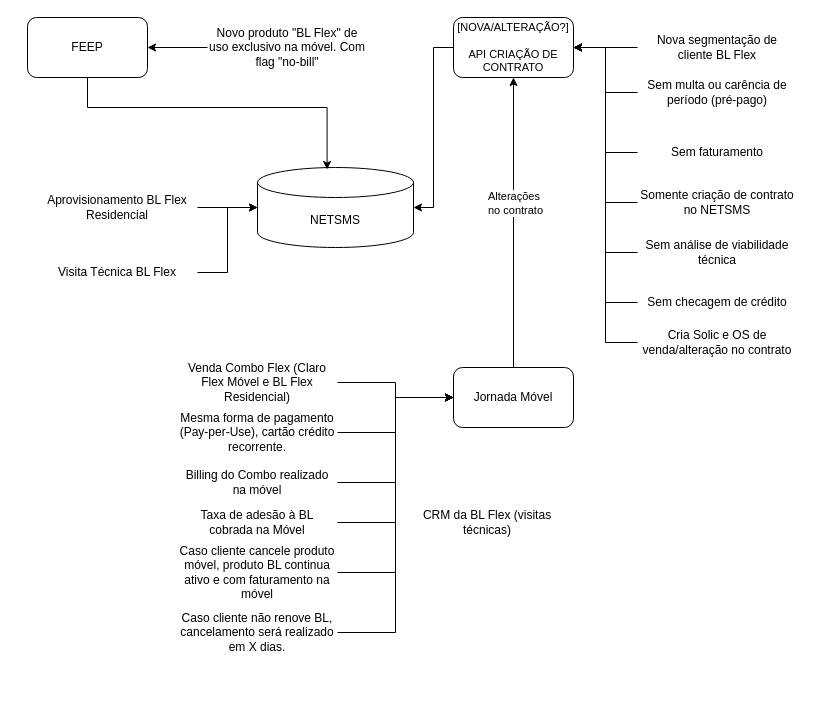
This is Banda Larga Flex na Móvel- Pré-Pago.drawio from samirali/ClaroBrasil, a draw.io file, before an edit. Source tidied: cells renumbered, new cells numbered last; positions are measured from the earlier drawing's top-left corner, leaving out a move shared by most shapes. Both pictures are drawn from the tidied source at 100%, with x=0, y=0 at pixel (27, 17).
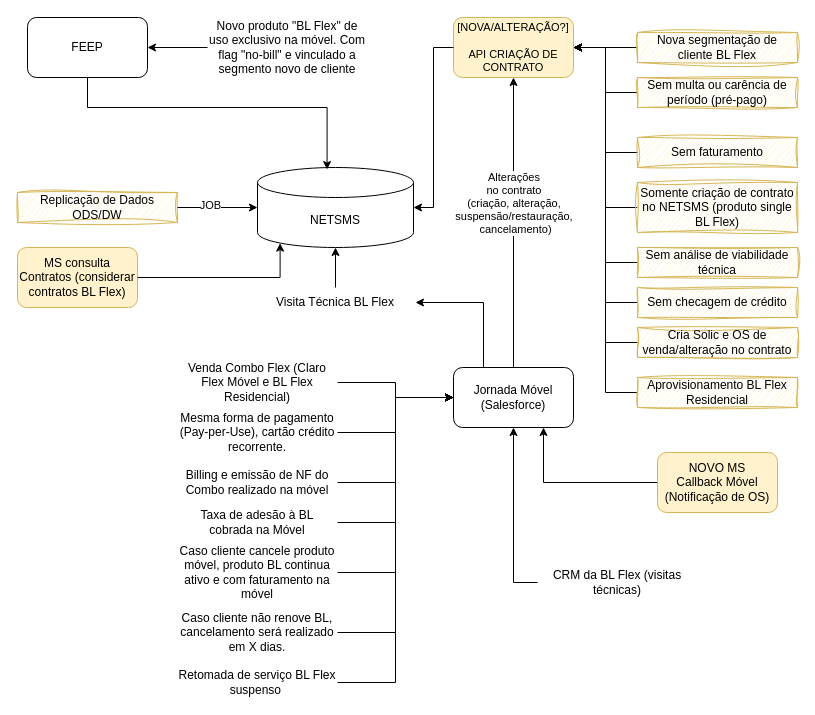
After the change.

Unchanged cells that the change refers to:
```xml
<mxCell id="5" value="NETSMS" style="shape=cylinder3;whiteSpace=wrap;html=1;boundedLbl=1;backgroundOutline=1;size=15;" parent="1" vertex="1">
  <mxGeometry x="230" y="150" width="156" height="80" as="geometry" />
</mxCell>
<mxCell id="21" style="edgeStyle=orthogonalEdgeStyle;rounded=0;jettySize=auto;html=1;entryX=0.5;entryY=1;entryDx=0;entryDy=0;" parent="1" edge="1" source="23" target="7">
  <mxGeometry relative="1" as="geometry" />
</mxCell>
```

Change to the diagram source:
```diff
@@
-    <mxCell id="4" value="Novo produto &quot;BL Flex&quot; de uso exclusivo na móvel. Com flag &quot;no-bill&quot;" style="text;html=1;align=center;verticalAlign=middle;whiteSpace=wrap;rounded=0;" parent="1" vertex="1">
+    <mxCell id="4" value="Novo produto &quot;BL Flex&quot; de uso exclusivo na móvel. Com flag &quot;no-bill&quot; e vinculado a segmento novo de cliente" style="text;html=1;align=center;verticalAlign=middle;whiteSpace=wrap;rounded=0;" parent="1" vertex="1">
       <mxGeometry x="180" y="15" width="160" height="30" as="geometry" />
     </mxCell>
@@
-    <mxCell id="7" value="[NOVA/ALTERAÇÃO?]&lt;div&gt;&lt;br&gt;&lt;/div&gt;&lt;div&gt;API CRIAÇÃO DE CONTRATO&lt;/div&gt;" style="rounded=1;whiteSpace=wrap;html=1;fontSize=11;" parent="1" vertex="1">
+    <mxCell id="7" value="[NOVA/ALTERAÇÃO?]&lt;div&gt;&lt;br&gt;&lt;/div&gt;&lt;div&gt;API CRIAÇÃO DE CONTRATO&lt;/div&gt;" style="rounded=1;whiteSpace=wrap;html=1;fontSize=11;fillColor=#fff2cc;strokeColor=#d6b656;" parent="1" vertex="1">
       <mxGeometry x="426" width="120" height="60" as="geometry" />
     </mxCell>
@@
-    <mxCell id="9" value="Nova segmentação de cliente BL Flex" style="text;html=1;align=center;verticalAlign=middle;whiteSpace=wrap;rounded=0;" parent="1" vertex="1">
+    <mxCell id="9" value="Nova segmentação de cliente BL Flex" style="text;html=1;align=center;verticalAlign=middle;whiteSpace=wrap;rounded=0;strokeColor=#d6b656;fillColor=#fff2cc;sketch=1;curveFitting=1;jiggle=2;" parent="1" vertex="1">
       <mxGeometry x="610" y="15" width="160" height="30" as="geometry" />
     </mxCell>
@@
-    <mxCell id="11" value="Sem multa ou carência de período (pré-pago)" style="text;html=1;align=center;verticalAlign=middle;whiteSpace=wrap;rounded=0;" parent="1" vertex="1">
+    <mxCell id="11" value="Sem multa ou carência de período (pré-pago)" style="text;html=1;align=center;verticalAlign=middle;whiteSpace=wrap;rounded=0;fillColor=#fff2cc;strokeColor=#d6b656;sketch=1;curveFitting=1;jiggle=2;" parent="1" vertex="1">
       <mxGeometry x="610" y="60" width="160" height="30" as="geometry" />
     </mxCell>
@@
-    <mxCell id="13" value="Sem faturamento" style="text;html=1;align=center;verticalAlign=middle;whiteSpace=wrap;rounded=0;" parent="1" vertex="1">
+    <mxCell id="13" value="Sem faturamento" style="text;html=1;align=center;verticalAlign=middle;whiteSpace=wrap;rounded=0;fillColor=#fff2cc;strokeColor=#d6b656;sketch=1;curveFitting=1;jiggle=2;" parent="1" vertex="1">
       <mxGeometry x="610" y="120" width="160" height="30" as="geometry" />
     </mxCell>
@@
-    <mxCell id="15" value="Somente criação de contrato no NETSMS" style="text;html=1;align=center;verticalAlign=middle;whiteSpace=wrap;rounded=0;" parent="1" vertex="1">
-      <mxGeometry x="610" y="170" width="160" height="30" as="geometry" />
+    <mxCell id="15" value="Somente criação de contrato no NETSMS (produto single BL Flex)" style="text;html=1;align=center;verticalAlign=middle;whiteSpace=wrap;rounded=0;fillColor=#fff2cc;strokeColor=#d6b656;sketch=1;curveFitting=1;jiggle=2;" parent="1" vertex="1">
+      <mxGeometry x="610" y="165" width="160" height="50" as="geometry" />
     </mxCell>
@@
-    <mxCell id="17" value="Sem análise de viabilidade técnica" style="text;html=1;align=center;verticalAlign=middle;whiteSpace=wrap;rounded=0;" parent="1" vertex="1">
-      <mxGeometry x="610" y="220" width="160" height="30" as="geometry" />
+    <mxCell id="17" value="Sem análise de viabilidade técnica" style="text;html=1;align=center;verticalAlign=middle;whiteSpace=wrap;rounded=0;fillColor=#fff2cc;strokeColor=#d6b656;sketch=1;curveFitting=1;jiggle=2;" parent="1" vertex="1">
+      <mxGeometry x="610" y="230" width="160" height="30" as="geometry" />
     </mxCell>
@@
-    <mxCell id="19" value="Sem checagem de crédito" style="text;html=1;align=center;verticalAlign=middle;whiteSpace=wrap;rounded=0;" parent="1" vertex="1">
+    <mxCell id="19" value="Sem checagem de crédito" style="text;html=1;align=center;verticalAlign=middle;whiteSpace=wrap;rounded=0;fillColor=#fff2cc;strokeColor=#d6b656;sketch=1;curveFitting=1;jiggle=2;" parent="1" vertex="1">
       <mxGeometry x="610" y="270" width="160" height="30" as="geometry" />
     </mxCell>
@@
-    <mxCell id="22" value="Alterações&amp;nbsp;&lt;div&gt;no contrato&lt;/div&gt;" style="edgeLabel;html=1;align=center;verticalAlign=middle;" parent="21" vertex="1">
+    <mxCell id="22" value="Alterações&amp;nbsp;&lt;div&gt;no contrato&amp;nbsp;&lt;/div&gt;&lt;div&gt;(criação,&amp;nbsp;&lt;span style=&quot;background-color: light-dark(#ffffff, var(--ge-dark-color, #121212)); color: light-dark(rgb(0, 0, 0), rgb(255, 255, 255));&quot;&gt;alteração,&amp;nbsp;&lt;/span&gt;&lt;/div&gt;&lt;div&gt;&lt;span style=&quot;background-color: light-dark(#ffffff, var(--ge-dark-color, #121212)); color: light-dark(rgb(0, 0, 0), rgb(255, 255, 255));&quot;&gt;suspensão/restauração,&amp;nbsp;&lt;/span&gt;&lt;/div&gt;&lt;div&gt;cancelamento)&lt;/div&gt;" style="edgeLabel;html=1;align=center;verticalAlign=middle;" parent="21" vertex="1">
       <mxGeometry x="0.14" y="-1" relative="1" as="geometry" />
     </mxCell>
+    <mxCell id="43" style="edgeStyle=orthogonalEdgeStyle;rounded=0;jettySize=auto;html=1;entryX=1;entryY=0.5;entryDx=0;entryDy=0;exitX=0.25;exitY=0;exitDx=0;exitDy=0;" parent="1" edge="1" source="23" target="31">
+      <mxGeometry relative="1" as="geometry" />
+    </mxCell>
-    <mxCell id="23" value="Jornada Móvel" style="rounded=1;whiteSpace=wrap;html=1;" parent="1" vertex="1">
+    <mxCell id="23" value="Jornada Móvel (Salesforce)" style="rounded=1;whiteSpace=wrap;html=1;" parent="1" vertex="1">
       <mxGeometry x="426" y="350" width="120" height="60" as="geometry" />
     </mxCell>
@@
-    <mxCell id="29" value="Cria Solic e OS de venda/alteração no contrato" style="text;html=1;align=center;verticalAlign=middle;whiteSpace=wrap;rounded=0;" parent="1" vertex="1">
+    <mxCell id="29" value="Cria Solic e OS de venda/alteração no contrato" style="text;html=1;align=center;verticalAlign=middle;whiteSpace=wrap;rounded=0;fillColor=#fff2cc;strokeColor=#d6b656;sketch=1;curveFitting=1;jiggle=2;" parent="1" vertex="1">
       <mxGeometry x="610" y="310" width="160" height="30" as="geometry" />
     </mxCell>
+    <mxCell id="44" style="edgeStyle=orthogonalEdgeStyle;rounded=0;jettySize=auto;html=1;entryX=1;entryY=0.5;entryDx=0;entryDy=0;" parent="1" edge="1" source="30" target="7">
+      <mxGeometry relative="1" as="geometry" />
+    </mxCell>
-    <mxCell id="30" value="Aprovisionamento BL Flex Residencial" style="text;html=1;align=center;verticalAlign=middle;whiteSpace=wrap;rounded=0;" parent="1" vertex="1">
-      <mxGeometry x="10" y="175" width="160" height="30" as="geometry" />
+    <mxCell id="30" value="Aprovisionamento BL Flex Residencial" style="text;html=1;align=center;verticalAlign=middle;whiteSpace=wrap;rounded=0;fillColor=#fff2cc;strokeColor=#d6b656;sketch=1;curveFitting=1;jiggle=2;" parent="1" vertex="1">
+      <mxGeometry x="610" y="360" width="160" height="30" as="geometry" />
     </mxCell>
     <mxCell id="31" value="Visita Técnica BL Flex" style="text;html=1;align=center;verticalAlign=middle;whiteSpace=wrap;rounded=0;" parent="1" vertex="1">
-      <mxGeometry x="10" y="240" width="160" height="30" as="geometry" />
+      <mxGeometry x="228" y="270" width="160" height="30" as="geometry" />
     </mxCell>
-    <mxCell id="32" style="edgeStyle=orthogonalEdgeStyle;rounded=0;jettySize=auto;html=1;entryX=0;entryY=0.5;entryDx=0;entryDy=0;entryPerimeter=0;" parent="1" edge="1" source="30" target="5">
-      <mxGeometry relative="1" as="geometry" />
-    </mxCell>
-    <mxCell id="33" style="edgeStyle=orthogonalEdgeStyle;rounded=0;jettySize=auto;html=1;entryX=0;entryY=0.5;entryDx=0;entryDy=0;entryPerimeter=0;" parent="1" edge="1" source="31" target="5">
-      <mxGeometry relative="1" as="geometry" />
-    </mxCell>
@@
-    <mxCell id="35" value="Billing do Combo realizado na móvel" style="text;html=1;align=center;verticalAlign=middle;whiteSpace=wrap;rounded=0;" parent="1" vertex="1">
+    <mxCell id="35" value="Billing e emissão de NF do Combo realizado na móvel" style="text;html=1;align=center;verticalAlign=middle;whiteSpace=wrap;rounded=0;" parent="1" vertex="1">
       <mxGeometry x="150" y="450" width="160" height="30" as="geometry" />
     </mxCell>
@@
+    <mxCell id="45" style="edgeStyle=orthogonalEdgeStyle;rounded=0;jettySize=auto;html=1;entryX=0.5;entryY=1;entryDx=0;entryDy=0;exitX=0;exitY=0.5;exitDx=0;exitDy=0;" parent="1" edge="1" source="40" target="23">
+      <mxGeometry relative="1" as="geometry" />
+    </mxCell>
     <mxCell id="40" value="CRM da BL Flex (visitas técnicas)" style="text;html=1;align=center;verticalAlign=middle;whiteSpace=wrap;rounded=0;" parent="1" vertex="1">
-      <mxGeometry x="380" y="490" width="160" height="30" as="geometry" />
+      <mxGeometry x="510" y="550" width="160" height="30" as="geometry" />
     </mxCell>
@@
+    <mxCell id="46" style="edgeStyle=orthogonalEdgeStyle;rounded=0;jettySize=auto;html=1;entryX=0;entryY=0.5;entryDx=0;entryDy=0;" parent="1" edge="1" source="47" target="23">
+      <mxGeometry relative="1" as="geometry" />
+    </mxCell>
+    <mxCell id="47" value="Retomada de serviço BL Flex suspenso&amp;nbsp;" style="text;html=1;align=center;verticalAlign=middle;whiteSpace=wrap;rounded=0;" parent="1" vertex="1">
+      <mxGeometry x="150" y="650" width="160" height="30" as="geometry" />
+    </mxCell>
+    <mxCell id="33" style="edgeStyle=orthogonalEdgeStyle;rounded=0;jettySize=auto;html=1;entryX=0.5;entryY=1;entryDx=0;entryDy=0;entryPerimeter=0;" parent="1" edge="1" source="31" target="5">
+      <mxGeometry relative="1" as="geometry" />
+    </mxCell>
+    <mxCell id="48" value="Replicação de Dados ODS/DW" style="text;html=1;align=center;verticalAlign=middle;whiteSpace=wrap;rounded=0;fillColor=#fff2cc;strokeColor=#d6b656;sketch=1;curveFitting=1;jiggle=2;" parent="1" vertex="1">
+      <mxGeometry x="-10" y="175" width="160" height="30" as="geometry" />
+    </mxCell>
+    <mxCell id="49" style="edgeStyle=orthogonalEdgeStyle;rounded=0;jettySize=auto;html=1;entryX=0;entryY=0.5;entryDx=0;entryDy=0;entryPerimeter=0;" parent="1" edge="1" source="48" target="5">
+      <mxGeometry relative="1" as="geometry" />
+    </mxCell>
+    <mxCell id="50" value="JOB" style="edgeLabel;html=1;align=center;verticalAlign=middle;" parent="49" vertex="1">
+      <mxGeometry x="-0.19" y="3" relative="1" as="geometry" />
+    </mxCell>
+    <mxCell id="51" style="edgeStyle=orthogonalEdgeStyle;rounded=0;jettySize=auto;html=1;entryX=0.75;entryY=1;entryDx=0;entryDy=0;" parent="1" edge="1" source="52" target="23">
+      <mxGeometry relative="1" as="geometry" />
+    </mxCell>
+    <mxCell id="52" value="NOVO MS&lt;div&gt;Callback Móvel (Notificação de OS)&lt;/div&gt;" style="rounded=1;whiteSpace=wrap;html=1;fillColor=#fff2cc;strokeColor=#d6b656;" parent="1" vertex="1">
+      <mxGeometry x="630" y="435" width="120" height="60" as="geometry" />
+    </mxCell>
+    <mxCell id="53" value="MS consulta Contratos (considerar contratos BL Flex)" style="rounded=1;whiteSpace=wrap;html=1;fillColor=#fff2cc;strokeColor=#d6b656;" parent="1" vertex="1">
+      <mxGeometry x="-10" y="230" width="120" height="60" as="geometry" />
+    </mxCell>
+    <mxCell id="54" style="edgeStyle=orthogonalEdgeStyle;rounded=0;jettySize=auto;html=1;entryX=0.145;entryY=1;entryDx=0;entryDy=-4.35;entryPerimeter=0;exitX=1;exitY=0.5;exitDx=0;exitDy=0;" parent="1" edge="1" source="53" target="5">
+      <mxGeometry relative="1" as="geometry">
+        <Array as="points">
+          <mxPoint x="253" y="260" />
+        </Array>
+      </mxGeometry>
+    </mxCell>
```
